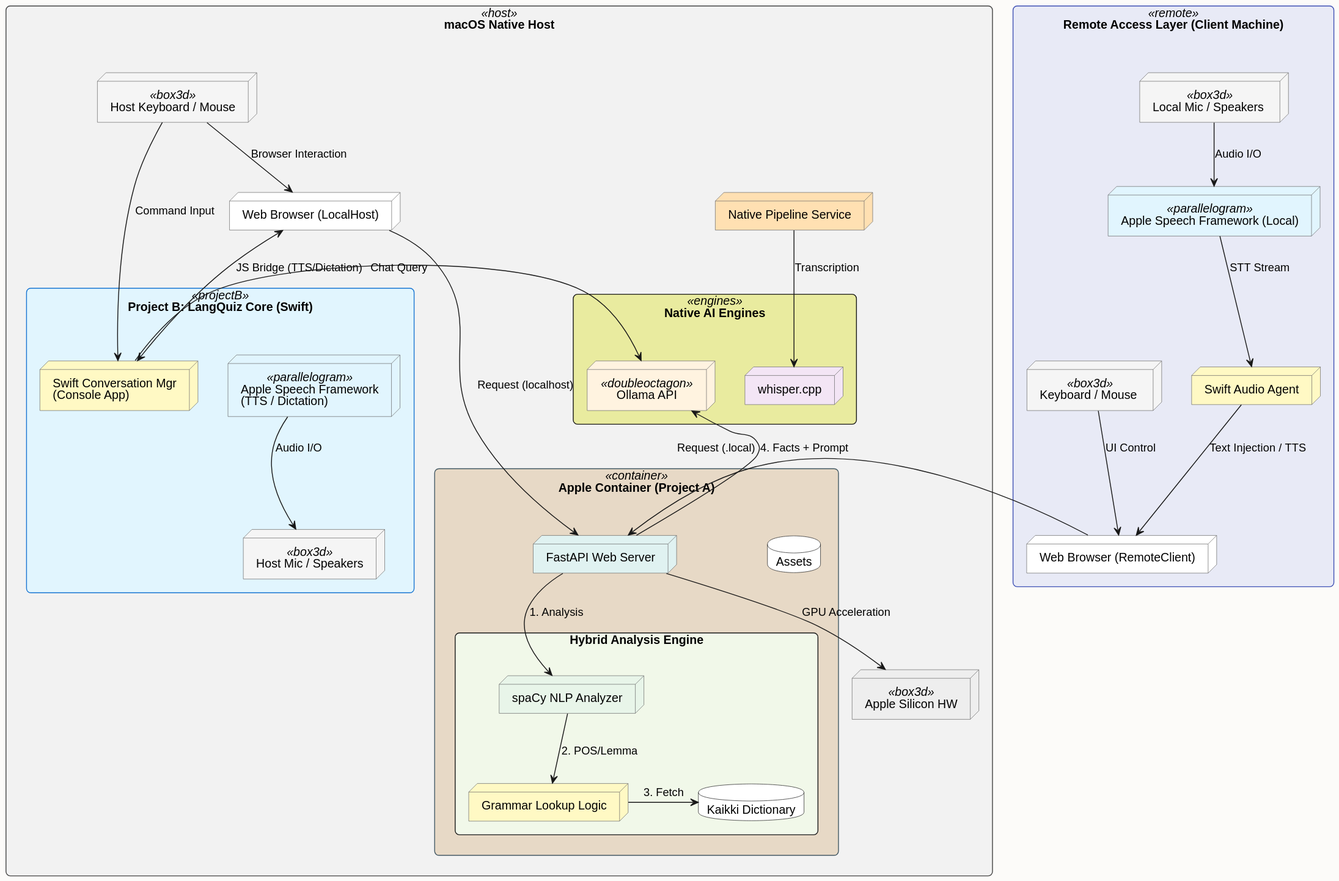
mi-parkes/visualization keeps this PlantUML diagram as plantuml/OmniLingua.svg. Above is the earlier version.
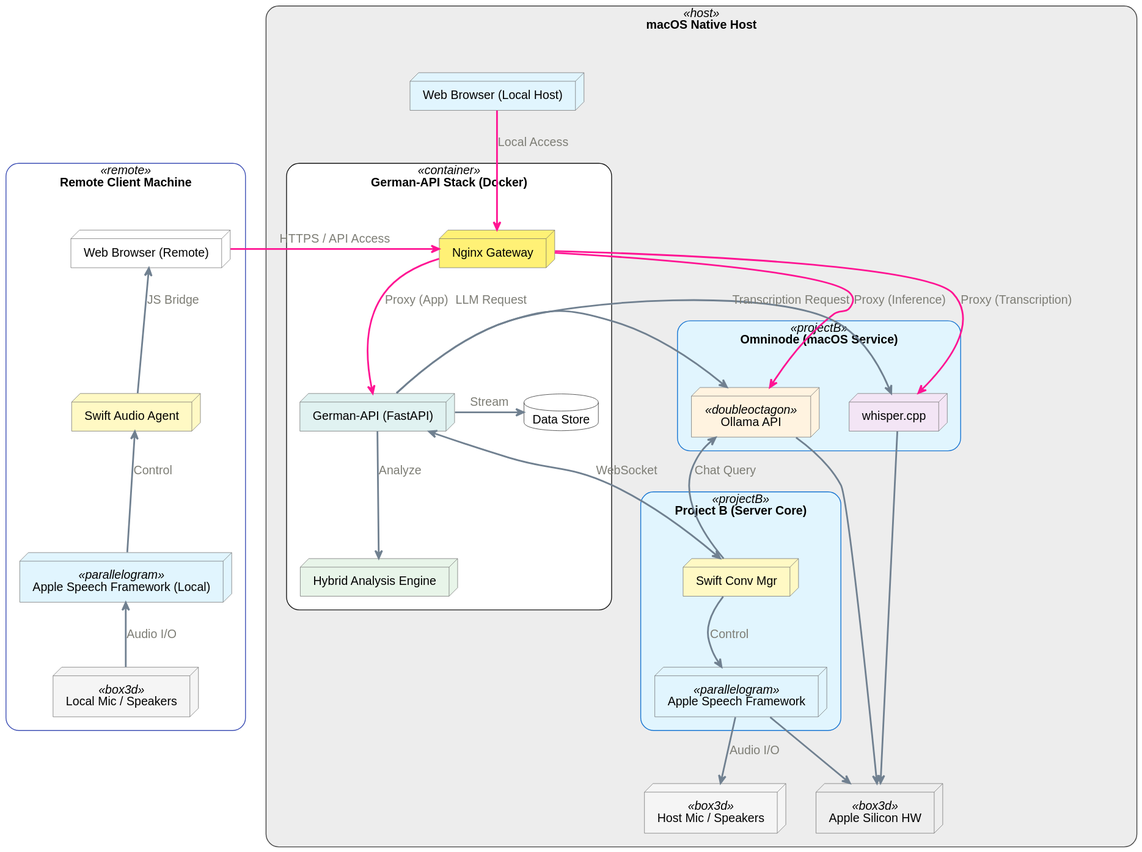
After the commit.

Commit message:
diagram: Adding plantuml example (OmniLingua: expose whisper.cpp transcription service through Nginx Gateway)

What changed in the source:
```diff
@@ -1,15 +1,25 @@
 @startuml
 !pragma svgMetadata false
 
-skinparam backgroundcolor #FCFBF9
+!$icolor = "#SlateGrey"
+
+skinparam backgroundcolor transparent
 skinparam shadowing false
-skinparam roundCorner 10
+skinparam roundCorner 30
 skinparam DefaultFontName Helvetica
+
+skinparam arrow {
+    Color #DeepPink
+    Thickness 2
+    FontColor #7d7d75
+    FontSize 14
+    Linetype ortho
+}
 
 !define LINE_COLOR #444444
 !define CLUSTER_HOST #F2F2F2
 !define CLUSTER_PROJ_B #E1F5FE
-!define CLUSTER_CONTAINER #ECEFF1
+!define CLUSTER_NGINX #FFF9C4
 !define CLUSTER_REMOTE #E8EAF6
 
 skinparam rectangle {
@@ -17,81 +27,72 @@
     BorderColor<<host>> LINE_COLOR
     BackgroundColor<<projectB>> CLUSTER_PROJ_B
     BorderColor<<projectB>> #1976D2
-    BackgroundColor<<container>> CLUSTER_CONTAINER
-    BorderColor<<container>> #455A64
     BackgroundColor<<remote>> CLUSTER_REMOTE
     BorderColor<<remote>> #3F51B5
+    BackgroundColor<<nginx>> CLUSTER_NGINX
 }
 
 skinparam node {
     BackgroundColor #FFFFFF
     BorderColor #666666
-    FontColor #000000
 }
 
 
-rectangle "Remote Access Layer (Client Machine)" <<remote>> {
-    node "Keyboard / Mouse " as ClientInput <<box3d>> #F5F5F5
-    node "Local Mic / Speakers " as ClientHW <<box3d>> #F5F5F5
+rectangle "Remote Client Machine" <<remote>> #white {
+    node "Web Browser (Remote)" as RemoteClient #FFFFFF
+    node "Swift Audio Agent" as ClientAgent #FFF9C4
     node "Apple Speech Framework (Local)" as ClientSpeech <<parallelogram>> #E1F5FE
-    node "Swift Audio Agent" as ClientAgent #FFF9C4
-    node "Web Browser (RemoteClient)" as RemoteClient #FFFFFF
+    node "Local Mic / Speakers" as ClientHW <<box3d>> #F5F5F5
 
-    ClientInput -down-> RemoteClient : UI Control
-    ClientHW -down-> ClientSpeech : Audio I/O
-    ClientSpeech -down-> ClientAgent : STT Stream
-    ClientAgent -down-> RemoteClient : Text Injection / TTS
+    ClientHW -up[$icolor]-> ClientSpeech : Audio I/O
+    ClientSpeech -up[$icolor]-> ClientAgent : Control
+    ClientAgent -up[$icolor]-> RemoteClient : JS Bridge
 }
 
-rectangle "macOS Native Host" <<host>> {
+rectangle "macOS Native Host" <<host>> #ededed {
 
-    node "Host Keyboard / Mouse" as HostInput <<box3d>> #F5F5F5
+    node "Web Browser (Local Host)" as LocalBrowser #E1F5FE
 
-    rectangle "Project B: LangQuiz Core (Swift)" <<projectB>> {
-        node "Swift Conversation Mgr\n(Console App)" as ConvMgr #FFF9C4
-        node "Apple Speech Framework\n(TTS / Dictation) " as NativeAudio <<parallelogram>> #E1F5FE
+    rectangle "German-API Stack (Docker)" <<container>> #white {
+        node "Nginx Gateway" as Nginx #FFF176
+        node "German-API (FastAPI)" as GermanAPI #E0F2F1
+        node "Hybrid Analysis Engine" as HybridEngine #E8F5E9
+        database "Data Store" as Assets #FFFFFF
 
-        node "Host Mic / Speakers" as HostAudioIO <<box3d>> #F5F5F5
-        NativeAudio -down-> HostAudioIO : Audio I/O
+        Nginx -down-> GermanAPI : Proxy (App)
     }
 
-    node "Web Browser (LocalHost)" as LocalWeb #FFFFFF
-
-    rectangle "Native AI Engines" <<engines>> #e9eb9f {
+    rectangle "Omninode (macOS Service)" <<projectB>> {
         node "Ollama API" as Ollama <<doubleoctagon>> #FFF3E0
         node "whisper.cpp" as Whisper #F3E5F5
     }
 
-    node "Native Pipeline Service" as Pipeline #FFE0B2
-    node "Apple Silicon HW" as HW <<box3d>> #EEEEEE
-
-    rectangle "Apple Container (Project A)" <<container>> #e7d9c6 {
-        node "FastAPI Web Server" as FastAPI #E0F2F1
-
-        rectangle "Hybrid Analysis Engine" as LogicService #F1F8E9 {
-            node "spaCy NLP Analyzer" as Spacy #E8F5E9
-            node "Grammar Lookup Logic" as Logic #FFF9C4
-            database "Kaikki Dictionary" as Kaikki #FFFFFF
-        }
-
-        database "Assets" as Assets #FFFFFF
-
-        FastAPI -down-> Spacy : 1. Analysis
-        Spacy -down-> Logic : 2. POS/Lemma
-        Logic -right-> Kaikki : 3. Fetch
+    rectangle "Project B (Server Core)" <<projectB>> {
+        node "Swift Conv Mgr" as ConvMgr #FFF9C4
+        node "Apple Speech Framework" as NativeAudio <<parallelogram>> #E1F5FE
     }
 
-    HostInput -down-> ConvMgr : Command Input
-    HostInput -down-> LocalWeb : Browser Interaction
+    node "Host Mic / Speakers" as HostAudioIO <<box3d>> #F5F5F5
+    node "Apple Silicon HW" as HW <<box3d>> #EEEEEE
 }
 
 
-LocalWeb -right-> FastAPI : Request (localhost)
-LocalWeb <-down-> ConvMgr : JS Bridge (TTS/Dictation)
-RemoteClient -right-> FastAPI : Request (.local)
+RemoteClient -right-> Nginx : HTTPS / API Access
+LocalBrowser -down-> Nginx : Local Access
 
-Pipeline -down-> Whisper : Transcription
-ConvMgr -right-> Ollama : Chat Query
-FastAPI -up-> Ollama : 4. Facts + Prompt
-FastAPI -down-> HW : GPU Acceleration
+Nginx -right-> Whisper : Proxy (Transcription)
+Nginx -right-> Ollama : Proxy (Inference)
+
+GermanAPI -down[$icolor]-> HybridEngine : Analyze
+GermanAPI -right[$icolor]-> Assets : Stream
+NativeAudio -down[$icolor]-> HostAudioIO : Audio I/O
+ConvMgr -down[$icolor]-> NativeAudio : Control
+ConvMgr -up[$icolor]-> Ollama : Chat Query
+GermanAPI -right[$icolor]-> Ollama : LLM Request
+GermanAPI -right[$icolor]-> Whisper : Transcription Request
+GermanAPI <-[$icolor]> ConvMgr : WebSocket
+
+NativeAudio -down[$icolor]-> HW
+Whisper -down[$icolor]-> HW
+Ollama -down[$icolor]-> HW
 @enduml
```
